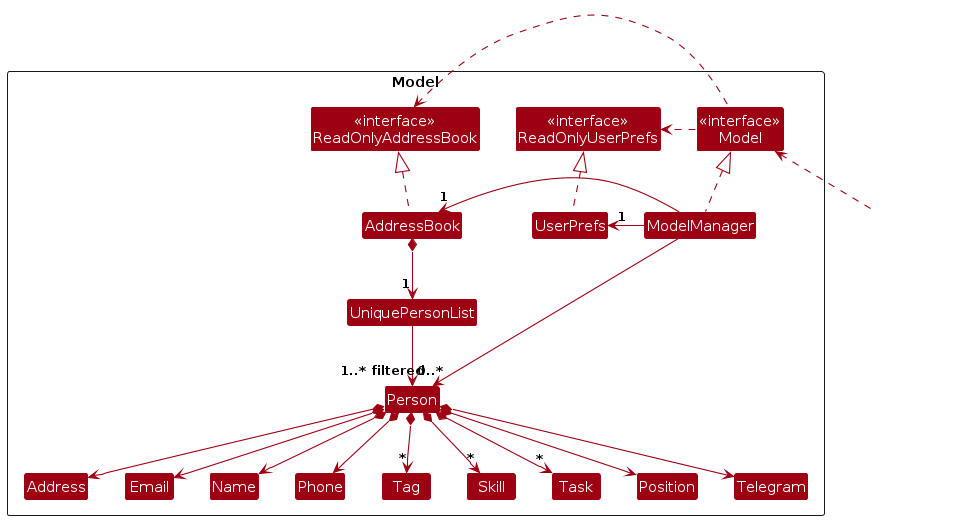
Above: diagrams/ModelClassDiagram.png in awc1116/tp (PlantUML), before the change. Its source is kept beside it as diagrams/ModelClassDiagram.puml. The source it was exported from:
```plantuml
@startuml
!include style.puml
skinparam arrowThickness 1.1
skinparam arrowColor MODEL_COLOR
skinparam classBackgroundColor MODEL_COLOR

Package Model as ModelPackage <<Rectangle>> {
  Class "<<interface>>\nReadOnlyAddressBook" as ReadOnlyAddressBook
  Class "<<interface>>\nReadOnlyUserPrefs" as ReadOnlyUserPrefs
  Class "<<interface>>\nModel" as Model
  Class AddressBook
  Class ModelManager
  Class UserPrefs

  Class UniquePersonList
  Class Person
  Class Address
  Class Email
  Class Name
  Class Phone
  Class Tag
  Class Skill
  Class Task {
    - dueDate : LocalDate
  }
  Class Position
  Class Telegram

  Class I #FFFFFF
}

Class HiddenOutside #FFFFFF
HiddenOutside .up.> Model

AddressBook .up.|> ReadOnlyAddressBook

ModelManager .up.|> Model
Model .right.> ReadOnlyUserPrefs
Model .left.> ReadOnlyAddressBook
ModelManager -left-> "1" AddressBook
ModelManager -right-> "1" UserPrefs
UserPrefs .up.|> ReadOnlyUserPrefs

AddressBook *--> "1" UniquePersonList
UniquePersonList --> "0..*" Person

Person *--> Name
Person *--> Phone
Person *--> Email
Person *--> Address
Person *--> "*" Tag
Person *--> "*" Skill
Person *--> Position
Person *--> Telegram
Person *--> "*" Task

ModelManager --> "1..* filtered" Person

@enduml
```
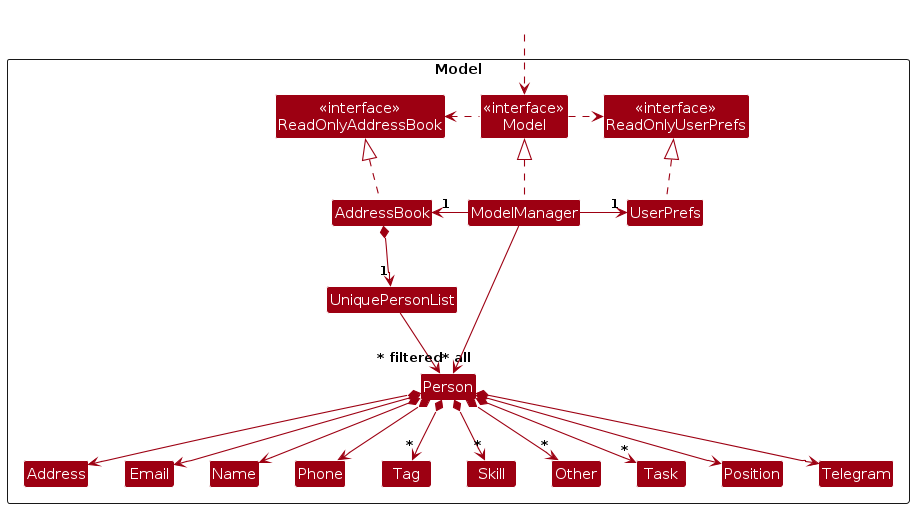
Later version of the same file.

Change to the diagram source:
```diff
@@ -20,6 +20,7 @@
   Class Phone
   Class Tag
   Class Skill
+  Class Other
   Class Task {
     - dueDate : LocalDate
   }
@@ -30,7 +31,7 @@
 }
 
 Class HiddenOutside #FFFFFF
-HiddenOutside .up.> Model
+HiddenOutside ..> Model
 
 AddressBook .up.|> ReadOnlyAddressBook
 
@@ -42,7 +43,7 @@
 UserPrefs .up.|> ReadOnlyUserPrefs
 
 AddressBook *--> "1" UniquePersonList
-UniquePersonList --> "0..*" Person
+UniquePersonList --> "~* all" Person
 
 Person *--> Name
 Person *--> Phone
@@ -50,10 +51,11 @@
 Person *--> Address
 Person *--> "*" Tag
 Person *--> "*" Skill
+Person *--> "*" Other
 Person *--> Position
 Person *--> Telegram
 Person *--> "*" Task
 
-ModelManager --> "1..* filtered" Person
+ModelManager --> "~* filtered" Person
 
 @enduml
```
